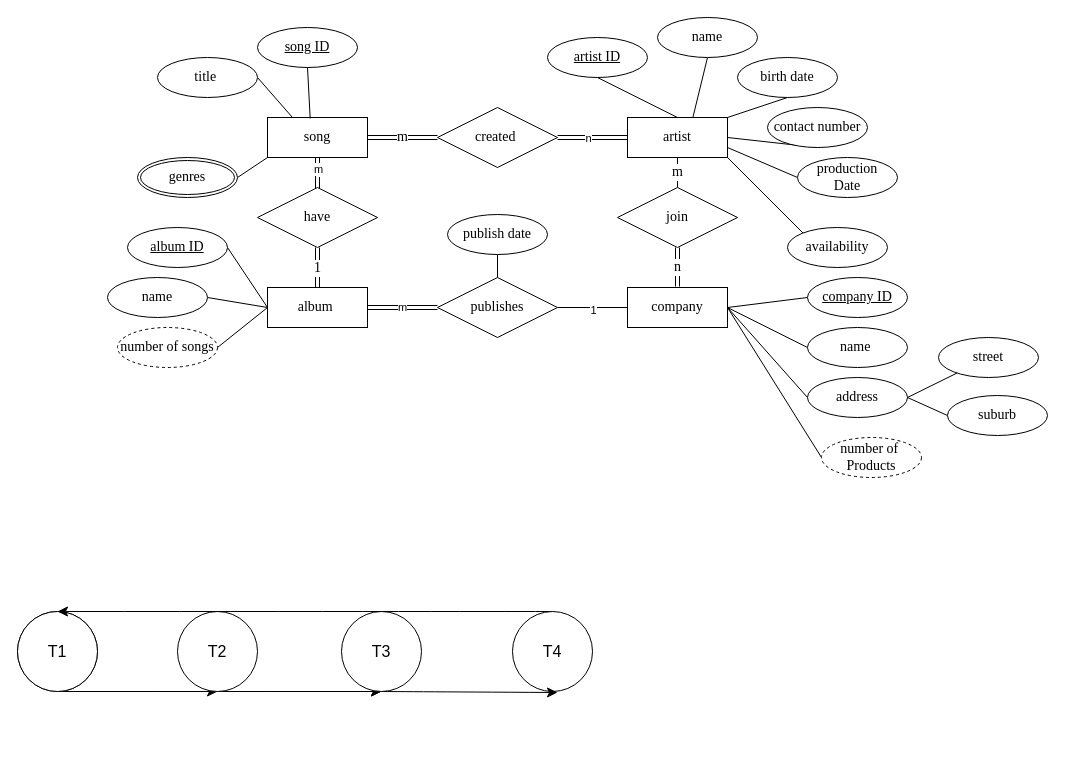
This is page "ER草稿" (7 of 14) of comp9311/assignment1_ER.drawio from stellariumImpl/CDN, a draw.io file, before an edit. Source tidied: cells renumbered, new cells numbered last; positions are measured from the earlier drawing's top-left corner, leaving out a move shared by most shapes. Both pictures are drawn from the tidied source at 100%, with x=0, y=0 at pixel (17, 17).
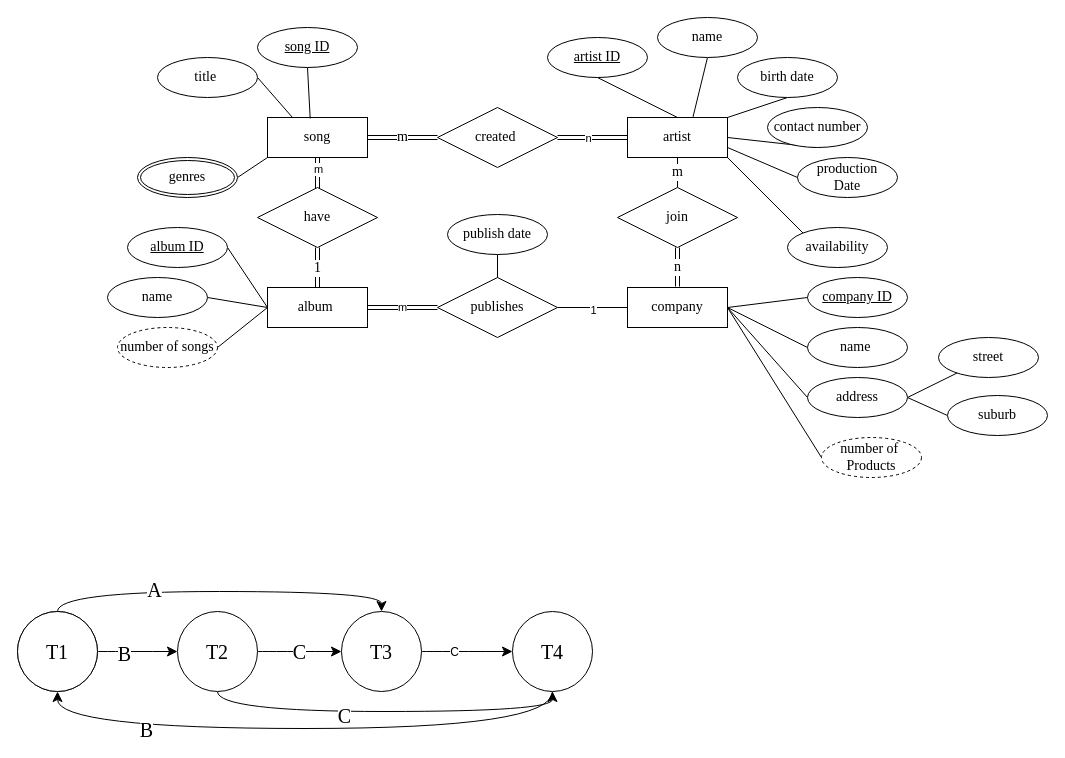
The same page after the edit.

What changed in the source:
```diff
@@
-    <mxCell id="60" style="ellipse;whiteSpace=wrap;html=1;fontSize=16;" parent="1" vertex="1">
+    <mxCell id="60" style="ellipse;whiteSpace=wrap;html=1;fontSize=20;fontFamily=Times New Roman;" parent="1" vertex="1">
       <mxGeometry y="594" width="80" height="80" as="geometry" />
     </mxCell>
+    <mxCell id="62" style="edgeStyle=orthogonalEdgeStyle;shape=connector;curved=1;rounded=0;jettySize=auto;html=1;exitX=1;exitY=0.5;exitDx=0;exitDy=0;labelBackgroundColor=default;strokeColor=default;align=center;verticalAlign=middle;fontFamily=Times New Roman;fontSize=20;fontColor=default;endArrow=classic;startSize=8;endSize=8;" parent="1" edge="1" source="63" target="65">
+      <mxGeometry relative="1" as="geometry" />
+    </mxCell>
+    <mxCell id="70" value="B" style="edgeLabel;html=1;align=center;verticalAlign=middle;fontSize=20;fontFamily=Times New Roman;fontColor=default;" parent="62" vertex="1">
+      <mxGeometry x="-0.34" y="-1" relative="1" as="geometry" />
+    </mxCell>
-    <mxCell id="61" style="edgeStyle=none;curved=1;rounded=0;jettySize=auto;html=1;exitX=0.5;exitY=1;exitDx=0;exitDy=0;entryX=0.5;entryY=1;entryDx=0;entryDy=0;fontSize=12;startSize=8;endSize=8;" parent="1" edge="1" source="63" target="66">
+    <mxCell id="61" style="edgeStyle=orthogonalEdgeStyle;shape=connector;curved=1;rounded=0;jettySize=auto;html=1;exitX=0.5;exitY=0;exitDx=0;exitDy=0;entryX=0.5;entryY=0;entryDx=0;entryDy=0;labelBackgroundColor=default;strokeColor=default;align=center;verticalAlign=middle;fontFamily=Times New Roman;fontSize=20;fontColor=default;endArrow=classic;startSize=8;endSize=8;" parent="1" edge="1" source="63" target="66">
       <mxGeometry relative="1" as="geometry" />
     </mxCell>
-    <mxCell id="62" style="edgeStyle=none;curved=1;rounded=0;jettySize=auto;html=1;exitX=0.5;exitY=1;exitDx=0;exitDy=0;entryX=0.5;entryY=1;entryDx=0;entryDy=0;fontSize=12;startSize=8;endSize=8;" parent="1" edge="1" source="63" target="65">
-      <mxGeometry relative="1" as="geometry" />
-    </mxCell>
+    <mxCell id="71" value="A" style="edgeLabel;html=1;align=center;verticalAlign=middle;fontSize=20;fontFamily=Times New Roman;fontColor=default;" parent="61" vertex="1">
+      <mxGeometry x="-0.36" y="3" relative="1" as="geometry" />
+    </mxCell>
-    <mxCell id="63" value="T1" style="ellipse;whiteSpace=wrap;html=1;fontSize=16;" parent="1" vertex="1">
+    <mxCell id="63" value="T1" style="ellipse;whiteSpace=wrap;html=1;fontSize=20;fontFamily=Times New Roman;" parent="1" vertex="1">
       <mxGeometry y="594" width="80" height="80" as="geometry" />
     </mxCell>
-    <mxCell id="64" style="edgeStyle=none;curved=1;rounded=0;jettySize=auto;html=1;exitX=0.5;exitY=1;exitDx=0;exitDy=0;entryX=0.5;entryY=1;entryDx=0;entryDy=0;fontSize=12;startSize=8;endSize=8;" parent="1" edge="1" source="65" target="66">
+    <mxCell id="64" style="edgeStyle=orthogonalEdgeStyle;shape=connector;curved=1;rounded=0;jettySize=auto;html=1;exitX=1;exitY=0.5;exitDx=0;exitDy=0;labelBackgroundColor=default;strokeColor=default;align=center;verticalAlign=middle;fontFamily=Times New Roman;fontSize=20;fontColor=default;endArrow=classic;startSize=8;endSize=8;" parent="1" edge="1" source="65" target="66">
       <mxGeometry relative="1" as="geometry" />
     </mxCell>
+    <mxCell id="72" value="C" style="edgeLabel;html=1;align=center;verticalAlign=middle;fontSize=20;fontFamily=Times New Roman;fontColor=default;" parent="64" vertex="1">
+      <mxGeometry x="-0.02" y="1" relative="1" as="geometry" />
+    </mxCell>
+    <mxCell id="73" style="edgeStyle=orthogonalEdgeStyle;shape=connector;curved=1;rounded=0;jettySize=auto;html=1;exitX=0.5;exitY=1;exitDx=0;exitDy=0;entryX=0.5;entryY=1;entryDx=0;entryDy=0;labelBackgroundColor=default;strokeColor=default;align=center;verticalAlign=middle;fontFamily=Times New Roman;fontSize=20;fontColor=default;endArrow=classic;startSize=8;endSize=8;" parent="1" edge="1" source="65" target="68">
+      <mxGeometry relative="1" as="geometry" />
+    </mxCell>
+    <mxCell id="74" value="C" style="edgeLabel;html=1;align=center;verticalAlign=middle;fontSize=20;fontFamily=Times New Roman;fontColor=default;" parent="73" vertex="1">
+      <mxGeometry x="-0.22" y="-3" relative="1" as="geometry" />
+    </mxCell>
-    <mxCell id="65" value="T2" style="ellipse;whiteSpace=wrap;html=1;fontSize=16;" parent="1" vertex="1">
+    <mxCell id="65" value="T2" style="ellipse;whiteSpace=wrap;html=1;fontSize=20;fontFamily=Times New Roman;" parent="1" vertex="1">
       <mxGeometry x="160" y="594" width="80" height="80" as="geometry" />
     </mxCell>
+    <mxCell id="75" style="edgeStyle=none;shape=connector;curved=1;rounded=0;jettySize=auto;html=1;exitX=1;exitY=0.5;exitDx=0;exitDy=0;labelBackgroundColor=default;strokeColor=default;align=center;verticalAlign=middle;fontFamily=Helvetica;fontSize=12;fontColor=default;endArrow=classic;startSize=8;endSize=8;" parent="1" edge="1" source="66" target="68">
+      <mxGeometry relative="1" as="geometry" />
+    </mxCell>
+    <mxCell id="76" value="C" style="edgeLabel;html=1;align=center;verticalAlign=middle;fontSize=12;fontFamily=Helvetica;fontColor=default;" parent="75" vertex="1">
+      <mxGeometry x="-0.3" relative="1" as="geometry" />
+    </mxCell>
-    <mxCell id="66" value="T3" style="ellipse;whiteSpace=wrap;html=1;fontSize=16;" parent="1" vertex="1">
+    <mxCell id="66" value="T3" style="ellipse;whiteSpace=wrap;html=1;fontSize=20;fontFamily=Times New Roman;" parent="1" vertex="1">
       <mxGeometry x="324" y="594" width="80" height="80" as="geometry" />
     </mxCell>
-    <mxCell id="67" style="edgeStyle=none;curved=1;rounded=0;jettySize=auto;html=1;exitX=0.5;exitY=0;exitDx=0;exitDy=0;entryX=0.5;entryY=0;entryDx=0;entryDy=0;fontSize=12;startSize=8;endSize=8;" parent="1" edge="1" source="68" target="63">
-      <mxGeometry relative="1" as="geometry" />
+    <mxCell id="67" style="edgeStyle=orthogonalEdgeStyle;shape=connector;curved=1;rounded=0;jettySize=auto;html=1;exitX=0.5;exitY=1;exitDx=0;exitDy=0;entryX=0.5;entryY=1;entryDx=0;entryDy=0;labelBackgroundColor=default;strokeColor=default;align=center;verticalAlign=middle;fontFamily=Times New Roman;fontSize=20;fontColor=default;endArrow=classic;startSize=8;endSize=8;" parent="1" edge="1" source="68" target="63">
+      <mxGeometry relative="1" as="geometry">
+        <Array as="points">
+          <mxPoint x="535" y="711" />
+          <mxPoint x="40" y="711" />
+        </Array>
+      </mxGeometry>
     </mxCell>
+    <mxCell id="77" value="B" style="edgeLabel;html=1;align=center;verticalAlign=middle;fontSize=20;fontFamily=Times New Roman;fontColor=default;" parent="67" vertex="1">
+      <mxGeometry x="0.56" relative="1" as="geometry" />
+    </mxCell>
-    <mxCell id="68" value="T4" style="ellipse;whiteSpace=wrap;html=1;fontSize=16;" parent="1" vertex="1">
+    <mxCell id="68" value="T4" style="ellipse;whiteSpace=wrap;html=1;fontSize=20;fontFamily=Times New Roman;" parent="1" vertex="1">
       <mxGeometry x="495" y="594" width="80" height="80" as="geometry" />
     </mxCell>
-    <mxCell id="69" style="edgeStyle=none;curved=1;rounded=0;jettySize=auto;html=1;exitX=0.5;exitY=1;exitDx=0;exitDy=0;fontSize=12;startSize=8;endSize=8;" parent="1" edge="1" source="66">
-      <mxGeometry relative="1" as="geometry">
-        <mxPoint x="540" y="675" as="targetPoint" />
-      </mxGeometry>
-    </mxCell>
```
